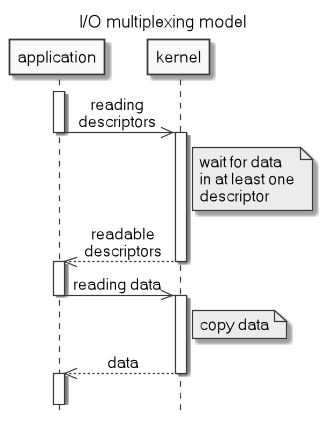
Earlier version of the PlantUML export .images/IO_multiplexing_model.png (c0p4c4b4n4/demo-sockets-io-nio-nio2).
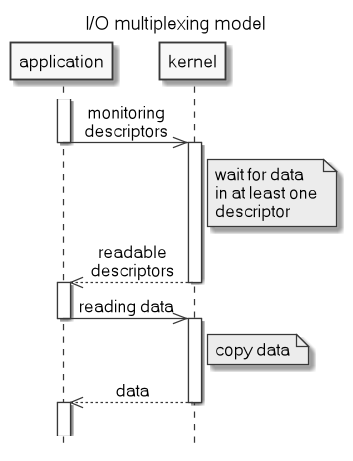
After the change.

Change to the diagram source:
```diff
@@ -6,7 +6,7 @@
 skinparam titleFontSize 15
 skinparam sequenceMessageAlign center
 activate application
-application->>kernel: reading\ndescriptors
+application->>kernel: monitoring\ndescriptors
 deactivate application
 activate kernel
 Note right of kernel: wait for data\nin at least one\ndescriptor
```
